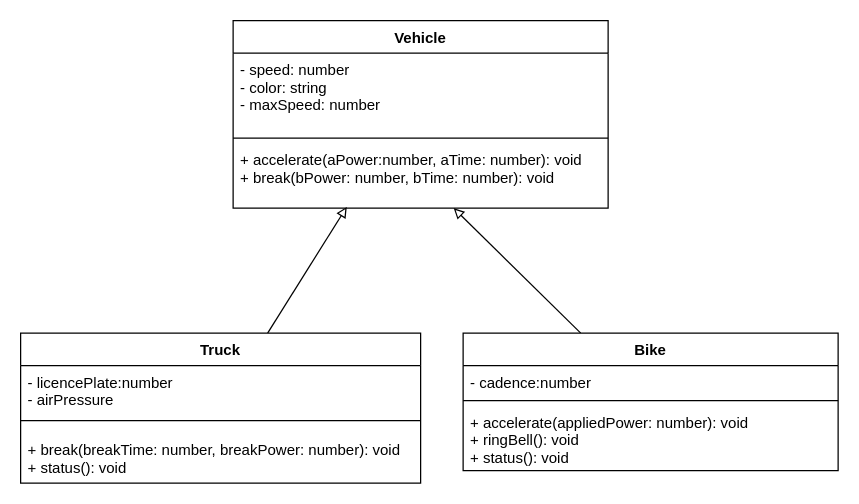
JacksonNaufal/ics4u-unit2-09-typescript keeps this draw.io diagram as Drawio/ClassDiagram.drawio. Above is the earlier version. Source tidied: cells renumbered, new cells numbered last; positions are measured from the earlier drawing's top-left corner, leaving out a move shared by most shapes. Both pictures are drawn from the tidied source at 125%, with x=0, y=0 at pixel (20, 20).
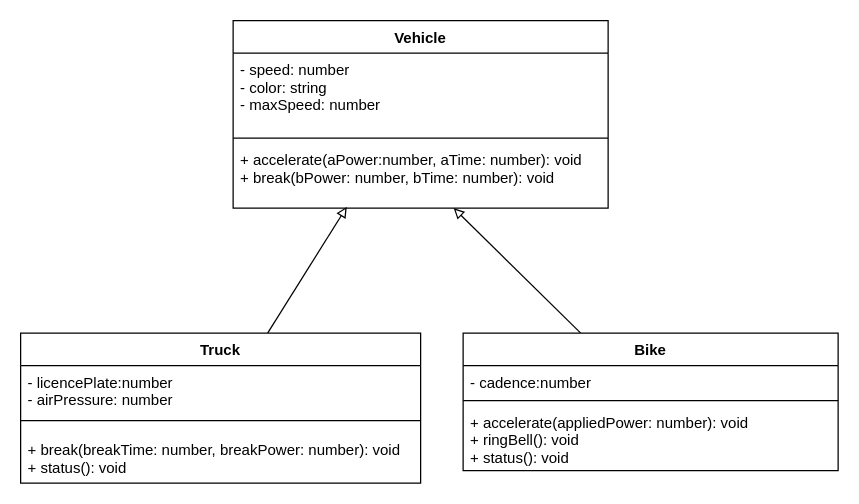
After the change.

Diff of the diagram source:
```diff
@@
 <mxGraphModel>
   <root>
     <mxCell id="0" />
     <mxCell id="1" parent="0" />
     <mxCell id="2" value="Vehicle" style="swimlane;fontStyle=1;align=center;verticalAlign=top;horizontal=1;startSize=26;" parent="1" vertex="1">
       <mxGeometry x="170" width="300" height="150" as="geometry" />
     </mxCell>
     <mxCell id="3" value="- speed: number &#10;- color: string&#10;- maxSpeed: number" style="text;strokeColor=none;fillColor=none;align=left;verticalAlign=top;spacingLeft=4;spacingRight=4;overflow=hidden;" parent="2" vertex="1">
       <mxGeometry y="26" width="300" height="64" as="geometry" />
     </mxCell>
     <mxCell id="4" style="line;strokeWidth=1;fillColor=none;align=left;verticalAlign=middle;spacingTop=-1;spacingLeft=3;spacingRight=3;labelPosition=right;" parent="2" vertex="1">
       <mxGeometry y="90" width="300" height="8" as="geometry" />
     </mxCell>
     <mxCell id="5" value="+ accelerate(aPower:number, aTime: number): void&#10;+ break(bPower: number, bTime: number): void" style="text;strokeColor=none;fillColor=none;align=left;verticalAlign=top;spacingLeft=4;spacingRight=4;overflow=hidden;points=[[0,0.5],[1,0.5]];portConstraint=eastwest;" parent="2" vertex="1">
       <mxGeometry y="98" width="300" height="52" as="geometry" />
     </mxCell>
     <mxCell id="6" style="edgeStyle=none;html=1;entryX=0.303;entryY=0.981;entryDx=0;entryDy=0;entryPerimeter=0;endArrow=block;endFill=0;" parent="1" edge="1" source="7" target="5">
       <mxGeometry relative="1" as="geometry" />
     </mxCell>
     <mxCell id="7" value="Truck" style="swimlane;fontStyle=1;align=center;verticalAlign=top;horizontal=1;startSize=26;" parent="1" vertex="1">
       <mxGeometry y="250" width="320" height="120" as="geometry" />
     </mxCell>
-    <mxCell id="8" value="- licencePlate:number&#10;- airPressure" style="text;strokeColor=none;fillColor=none;align=left;verticalAlign=top;spacingLeft=4;spacingRight=4;overflow=hidden;" parent="7" vertex="1">
+    <mxCell id="8" value="- licencePlate:number&#10;- airPressure: number" style="text;strokeColor=none;fillColor=none;align=left;verticalAlign=top;spacingLeft=4;spacingRight=4;overflow=hidden;" parent="7" vertex="1">
       <mxGeometry y="26" width="320" height="34" as="geometry" />
     </mxCell>
     <mxCell id="9" style="line;strokeWidth=1;fillColor=none;align=left;verticalAlign=middle;spacingTop=-1;spacingLeft=3;spacingRight=3;labelPosition=right;" parent="7" vertex="1">
       <mxGeometry y="60" width="320" height="20" as="geometry" />
     </mxCell>
     <mxCell id="10" value="+ break(breakTime: number, breakPower: number): void&#10;+ status(): void" style="text;strokeColor=none;fillColor=none;align=left;verticalAlign=top;spacingLeft=4;spacingRight=4;overflow=hidden;" parent="7" vertex="1">
       <mxGeometry y="80" width="320" height="40" as="geometry" />
     </mxCell>
     <mxCell id="11" style="edgeStyle=none;html=1;endArrow=block;endFill=0;" parent="1" edge="1" source="12" target="5">
       <mxGeometry relative="1" as="geometry" />
     </mxCell>
     <mxCell id="12" value="Bike" style="swimlane;fontStyle=1;align=center;verticalAlign=top;horizontal=1;startSize=26;" parent="1" vertex="1">
       <mxGeometry x="354" y="250" width="300" height="110" as="geometry" />
     </mxCell>
     <mxCell id="13" value="- cadence:number" style="text;strokeColor=none;fillColor=none;align=left;verticalAlign=top;spacingLeft=4;spacingRight=4;overflow=hidden;" parent="12" vertex="1">
       <mxGeometry y="26" width="300" height="24" as="geometry" />
     </mxCell>
     <mxCell id="14" style="line;strokeWidth=1;fillColor=none;align=left;verticalAlign=middle;spacingTop=-1;spacingLeft=3;spacingRight=3;labelPosition=right;" parent="12" vertex="1">
       <mxGeometry y="50" width="300" height="8" as="geometry" />
     </mxCell>
     <mxCell id="15" value="+ accelerate(appliedPower: number): void&#10;+ ringBell(): void&#10;+ status(): void" style="text;strokeColor=none;fillColor=none;align=left;verticalAlign=top;spacingLeft=4;spacingRight=4;overflow=hidden;" parent="12" vertex="1">
       <mxGeometry y="58" width="300" height="52" as="geometry" />
     </mxCell>
   </root>
 </mxGraphModel>
```
